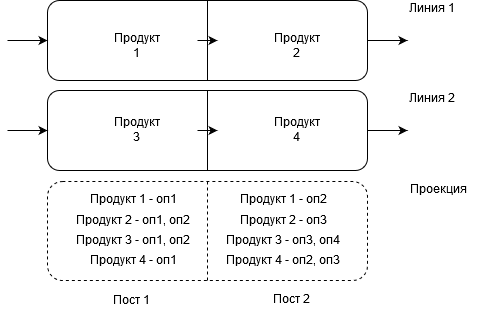
Above: pics/assemblyBind.png in BarneyXF/DiplodocusDeBulbasaur (draw.io), before the change. Source tidied: cells renumbered, new cells last; positions are measured from the earlier drawing's top-left corner, leaving out a move shared by most shapes.
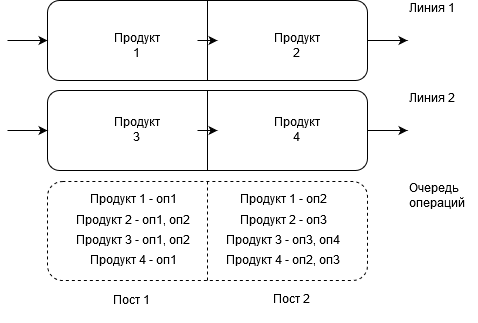
The same file after the commit.

The edit, as a diff of the source:
```diff
@@ -102,8 +102,8 @@
     <mxCell id="29" value="Линия 2" style="text;html=1;align=left;verticalAlign=top;spacingTop=-4;" parent="1" vertex="1">
       <mxGeometry x="400" y="90" width="60" height="20" as="geometry" />
     </mxCell>
-    <mxCell id="30" value="Проекция" style="text;html=1;align=left;verticalAlign=top;spacingTop=-4;" parent="1" vertex="1">
-      <mxGeometry x="401" y="181" width="70" height="20" as="geometry" />
+    <mxCell id="30" value="&lt;div&gt;Очередь&lt;/div&gt;&lt;div&gt; операций&lt;/div&gt;" style="text;html=1;align=left;verticalAlign=top;spacingTop=-4;" parent="1" vertex="1">
+      <mxGeometry x="400" y="180" width="70" height="30" as="geometry" />
     </mxCell>
   </root>
 </mxGraphModel>
```
